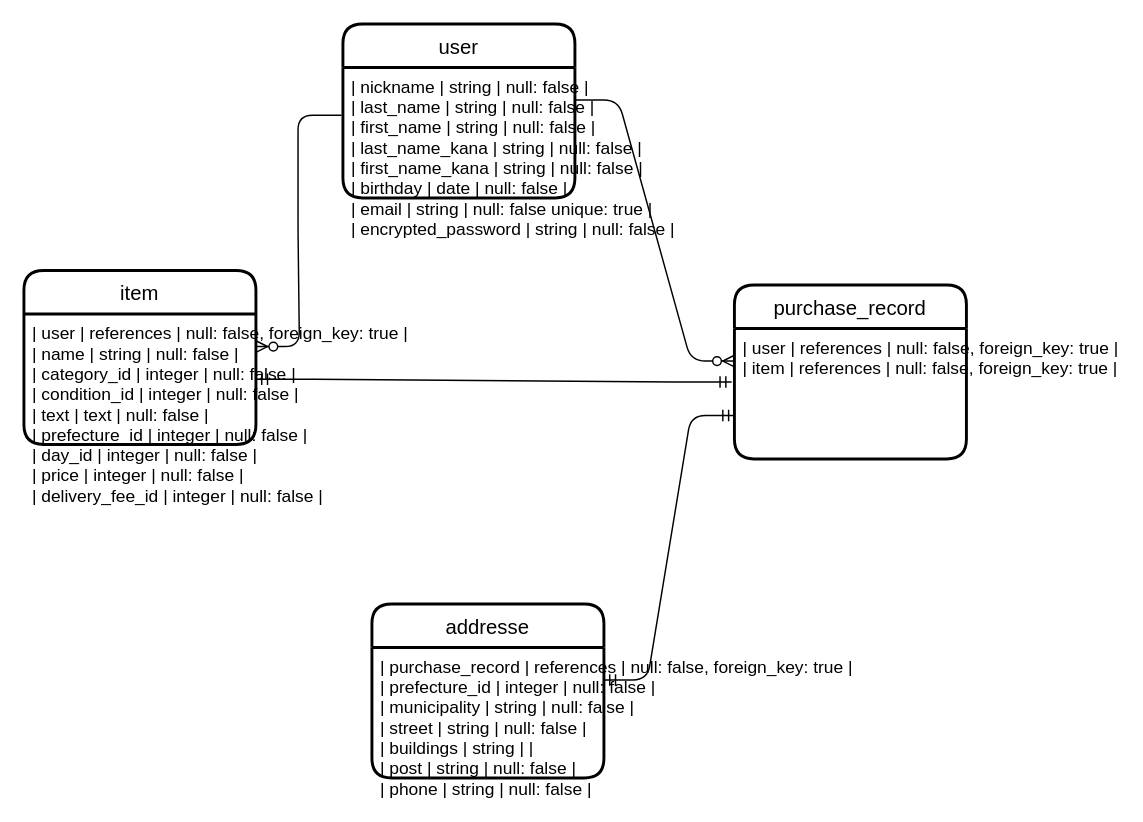
RyujiMasuda/furima-29579 keeps this draw.io diagram as table.dio. Above is the earlier version. Source tidied: cells renumbered, new cells numbered last; positions are measured from the earlier drawing's top-left corner, leaving out a move shared by most shapes. Both pictures are drawn from the tidied source at 145%, with x=0, y=0 at pixel (23, 23).
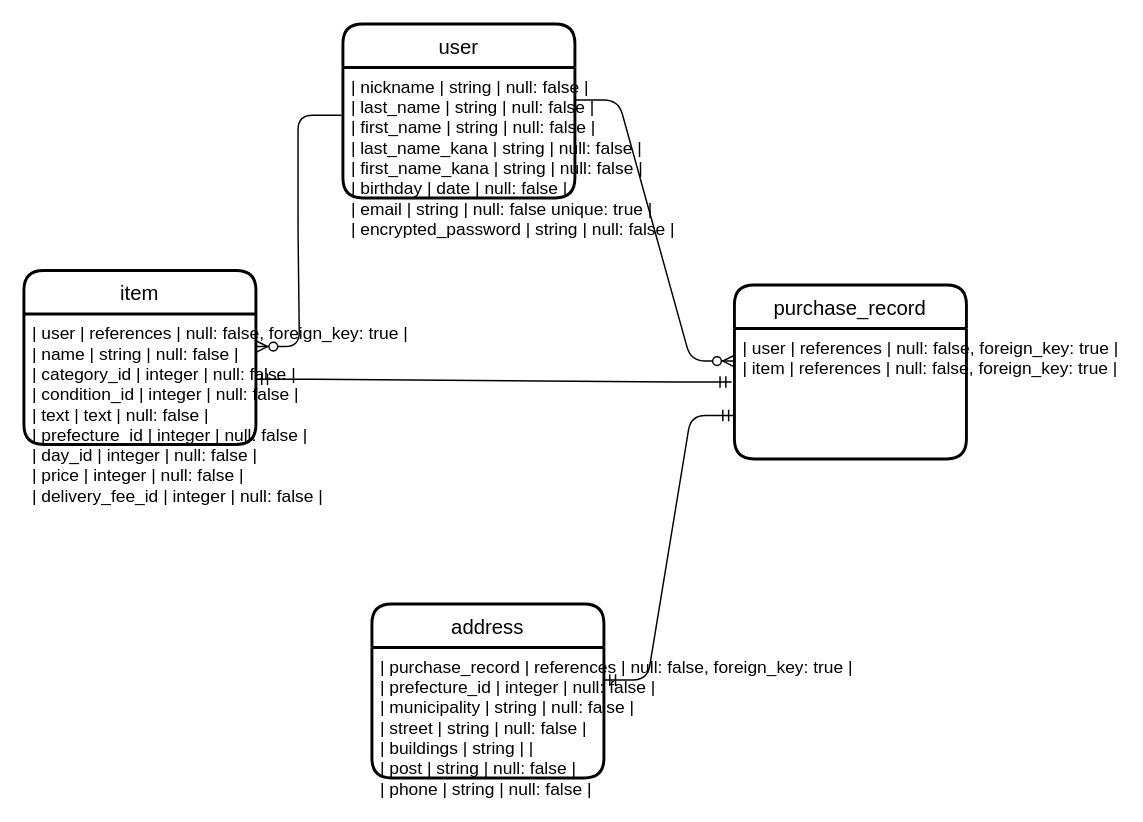
The same diagram, later.

Commit message (it also covers changes not shown here):
テーブル設計　完了

Diff of the diagram source:
```diff
@@
 <mxGraphModel>
   <root>
     <mxCell id="0" />
     <mxCell id="1" parent="0" />
     <mxCell id="2" value="user" style="swimlane;horizontal=1;startSize=30;rounded=1;fontSize=14;fontStyle=0;strokeWidth=2;shadow=0;dashed=0;align=center;" parent="1" vertex="1">
       <mxGeometry x="220" width="160" height="120" as="geometry" />
     </mxCell>
     <mxCell id="3" value="| nickname        | string | null: false |&#10;| last_name       | string | null: false |&#10;| first_name      | string | null: false |&#10;| last_name_kana  | string | null: false |&#10;| first_name_kana | string | null: false |&#10;| birthday        | date | null: false |&#10;| email           | string | null: false unique: true |&#10;| encrypted_password        | string | null: false |&#10;" style="align=left;strokeColor=none;fillColor=none;spacingLeft=4;fontSize=12;verticalAlign=top;" parent="2" vertex="1">
       <mxGeometry y="30" width="160" height="90" as="geometry" />
     </mxCell>
     <mxCell id="4" value="purchase_record" style="swimlane;horizontal=1;startSize=30;rounded=1;fontSize=14;fontStyle=0;strokeWidth=2;shadow=0;dashed=0;align=center;" parent="1" vertex="1">
       <mxGeometry x="490" y="180" width="160" height="120" as="geometry" />
     </mxCell>
     <mxCell id="5" value="| user  | references | null: false, foreign_key: true |&#10;| item  | references | null: false, foreign_key: true |&#10;" style="align=left;strokeColor=none;fillColor=none;spacingLeft=4;fontSize=12;verticalAlign=top;" parent="4" vertex="1">
       <mxGeometry y="30" width="160" height="90" as="geometry" />
     </mxCell>
     <mxCell id="6" style="edgeStyle=entityRelationEdgeStyle;fontSize=12;html=1;endArrow=ERzeroToMany;endFill=1;entryX=0;entryY=0.25;entryDx=0;entryDy=0;exitX=1;exitY=0.25;exitDx=0;exitDy=0;" parent="1" edge="1" source="3" target="5">
       <mxGeometry relative="1" as="geometry" />
     </mxCell>
     <mxCell id="7" value="item" style="swimlane;horizontal=1;startSize=30;rounded=1;fontSize=14;fontStyle=0;strokeWidth=2;shadow=0;dashed=0;align=center;" parent="1" vertex="1">
       <mxGeometry y="170" width="160" height="120" as="geometry" />
     </mxCell>
     <mxCell id="8" value="| user          | references | null: false, foreign_key: true |&#10;| name          | string     | null: false                    |&#10;| category_id   | integer    | null: false                    |&#10;| condition_id  | integer    | null: false                    |&#10;| text          | text       | null: false                    |&#10;| prefecture_id | integer    | null: false                    |&#10;| day_id        | integer    | null: false                    |&#10;| price         | integer    | null: false                    |&#10;| delivery_fee_id  | integer     | null: false                    |&#10;" style="align=left;strokeColor=none;fillColor=none;spacingLeft=4;fontSize=12;verticalAlign=top;" parent="7" vertex="1">
       <mxGeometry y="30" width="160" height="90" as="geometry" />
     </mxCell>
-    <mxCell id="9" value="addresse" style="swimlane;horizontal=1;startSize=30;rounded=1;fontSize=14;fontStyle=0;strokeWidth=2;shadow=0;dashed=0;align=center;" parent="1" vertex="1">
+    <mxCell id="9" value="address" style="swimlane;horizontal=1;startSize=30;rounded=1;fontSize=14;fontStyle=0;strokeWidth=2;shadow=0;dashed=0;align=center;" parent="1" vertex="1">
       <mxGeometry x="240" y="400" width="160" height="120" as="geometry" />
     </mxCell>
     <mxCell id="10" value="| purchase_record | references     | null: false, foreign_key: true |&#10;| prefecture_id   | integer        | null: false                    |&#10;| municipality    | string         | null: false                    |&#10;| street          | string         | null: false                    |&#10;| buildings       | string         |                                |&#10;| post            | string         | null: false                    |&#10;| phone           | string         | null: false                    |&#10;" style="align=left;strokeColor=none;fillColor=none;spacingLeft=4;fontSize=12;verticalAlign=top;" parent="9" vertex="1">
       <mxGeometry y="30" width="160" height="90" as="geometry" />
     </mxCell>
     <mxCell id="11" style="edgeStyle=entityRelationEdgeStyle;fontSize=12;html=1;endArrow=ERzeroToMany;endFill=1;exitX=-0.006;exitY=0.367;exitDx=0;exitDy=0;exitPerimeter=0;entryX=1;entryY=0.25;entryDx=0;entryDy=0;" parent="1" edge="1" source="3" target="8">
       <mxGeometry relative="1" as="geometry" />
     </mxCell>
     <mxCell id="12" style="edgeStyle=entityRelationEdgeStyle;fontSize=12;html=1;endArrow=ERmandOne;startArrow=ERmandOne;exitX=1;exitY=0.5;exitDx=0;exitDy=0;entryX=-0.012;entryY=0.411;entryDx=0;entryDy=0;entryPerimeter=0;" parent="1" edge="1" source="8" target="5">
       <mxGeometry relative="1" as="geometry" />
     </mxCell>
     <mxCell id="13" style="edgeStyle=entityRelationEdgeStyle;fontSize=12;html=1;endArrow=ERmandOne;startArrow=ERmandOne;entryX=0;entryY=0.75;entryDx=0;entryDy=0;exitX=1;exitY=0.25;exitDx=0;exitDy=0;" parent="1" edge="1" source="10" target="4">
       <mxGeometry relative="1" as="geometry" />
     </mxCell>
   </root>
 </mxGraphModel>
```
